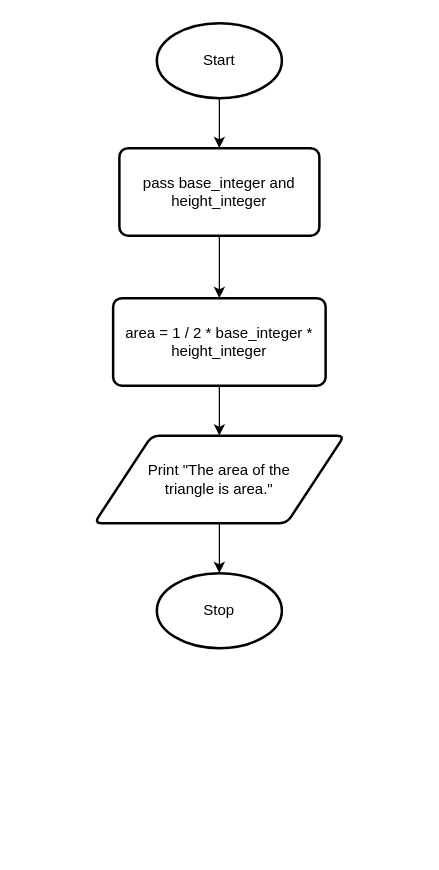
Before: design.flowchart.drawio in Yiyun-Qin/ICS3U-Assignment6-Python, a draw.io diagram. Source tidied: cells renumbered, new cells numbered last; positions are measured from the earlier drawing's top-left corner, leaving out a move shared by most shapes. Both pictures are drawn from the tidied source at 125%, with x=0, y=0 at pixel (94, 22).
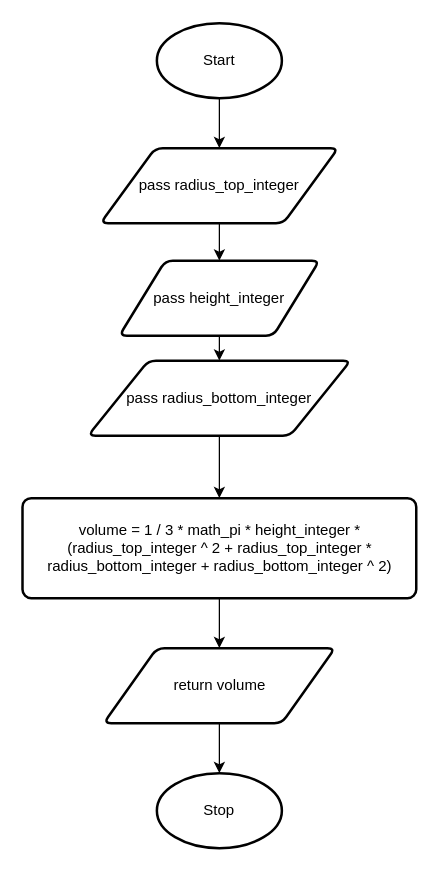
After the change.

The edit, as a diff of the source:
```diff
@@
 <mxGraphModel>
   <root>
     <mxCell id="0" />
     <mxCell id="1" parent="0" />
-    <mxCell id="2" style="edgeStyle=none;html=1;exitX=0.5;exitY=1;exitDx=0;exitDy=0;exitPerimeter=0;entryX=0.5;entryY=0;entryDx=0;entryDy=0;" parent="1" edge="1" source="3" target="6">
-      <mxGeometry relative="1" as="geometry" />
-    </mxCell>
+    <mxCell id="11" style="edgeStyle=none;html=1;exitX=0.5;exitY=1;exitDx=0;exitDy=0;exitPerimeter=0;entryX=0.5;entryY=0;entryDx=0;entryDy=0;" parent="1" edge="1" source="3" target="13">
+      <mxGeometry relative="1" as="geometry" />
+    </mxCell>
     <mxCell id="3" value="Start" style="strokeWidth=2;html=1;shape=mxgraph.flowchart.start_1;whiteSpace=wrap;" parent="1" vertex="1">
       <mxGeometry x="50" width="100" height="60" as="geometry" />
     </mxCell>
     <mxCell id="4" value="Stop" style="strokeWidth=2;html=1;shape=mxgraph.flowchart.start_1;whiteSpace=wrap;" parent="1" vertex="1">
-      <mxGeometry x="50" y="440" width="100" height="60" as="geometry" />
+      <mxGeometry x="50" y="600" width="100" height="60" as="geometry" />
     </mxCell>
-    <mxCell id="5" style="edgeStyle=none;html=1;exitX=0.5;exitY=1;exitDx=0;exitDy=0;entryX=0.5;entryY=0;entryDx=0;entryDy=0;" parent="1" edge="1" source="6" target="8">
-      <mxGeometry relative="1" as="geometry" />
-    </mxCell>
-    <mxCell id="6" value="pass base_integer and height_integer" style="rounded=1;whiteSpace=wrap;html=1;absoluteArcSize=1;arcSize=14;strokeWidth=2;" parent="1" vertex="1">
-      <mxGeometry x="20" y="100" width="160" height="70" as="geometry" />
-    </mxCell>
     <mxCell id="7" style="edgeStyle=none;html=1;exitX=0.5;exitY=1;exitDx=0;exitDy=0;entryX=0.5;entryY=0;entryDx=0;entryDy=0;" parent="1" edge="1" source="8" target="10">
       <mxGeometry relative="1" as="geometry" />
     </mxCell>
-    <mxCell id="8" value="area = 1 / 2 * base_integer * height_integer" style="rounded=1;whiteSpace=wrap;html=1;absoluteArcSize=1;arcSize=14;strokeWidth=2;" parent="1" vertex="1">
-      <mxGeometry x="15" y="220" width="170" height="70" as="geometry" />
+    <mxCell id="8" value="volume = 1 / 3 * math_pi * height_integer * (radius_top_integer ^ 2 + radius_top_integer * radius_bottom_integer + radius_bottom_integer ^ 2)" style="rounded=1;whiteSpace=wrap;html=1;absoluteArcSize=1;arcSize=14;strokeWidth=2;" parent="1" vertex="1">
+      <mxGeometry x="-57.5" y="380" width="315" height="80" as="geometry" />
     </mxCell>
     <mxCell id="9" style="edgeStyle=none;html=1;exitX=0.5;exitY=1;exitDx=0;exitDy=0;entryX=0.5;entryY=0;entryDx=0;entryDy=0;entryPerimeter=0;" parent="1" edge="1" source="10" target="4">
       <mxGeometry relative="1" as="geometry" />
     </mxCell>
-    <mxCell id="10" value="Print &quot;The area of the &lt;br&gt;triangle is area.&quot;" style="shape=parallelogram;html=1;strokeWidth=2;perimeter=parallelogramPerimeter;whiteSpace=wrap;rounded=1;arcSize=12;size=0.23;" parent="1" vertex="1">
-      <mxGeometry y="330" width="200" height="70" as="geometry" />
+    <mxCell id="10" value="return volume" style="shape=parallelogram;html=1;strokeWidth=2;perimeter=parallelogramPerimeter;whiteSpace=wrap;rounded=1;arcSize=12;size=0.23;" parent="1" vertex="1">
+      <mxGeometry x="7.5" y="500" width="185" height="60" as="geometry" />
     </mxCell>
+    <mxCell id="12" style="edgeStyle=none;html=1;exitX=0.5;exitY=1;exitDx=0;exitDy=0;entryX=0.5;entryY=0;entryDx=0;entryDy=0;" parent="1" edge="1" source="13" target="15">
+      <mxGeometry relative="1" as="geometry" />
+    </mxCell>
+    <mxCell id="13" value="pass radius_top_integer" style="shape=parallelogram;html=1;strokeWidth=2;perimeter=parallelogramPerimeter;whiteSpace=wrap;rounded=1;arcSize=12;size=0.23;" parent="1" vertex="1">
+      <mxGeometry x="5" y="100" width="190" height="60" as="geometry" />
+    </mxCell>
+    <mxCell id="14" style="edgeStyle=none;html=1;exitX=0.5;exitY=1;exitDx=0;exitDy=0;entryX=0.5;entryY=0;entryDx=0;entryDy=0;" parent="1" edge="1" source="15" target="17">
+      <mxGeometry relative="1" as="geometry" />
+    </mxCell>
+    <mxCell id="15" value="pass height_integer" style="shape=parallelogram;html=1;strokeWidth=2;perimeter=parallelogramPerimeter;whiteSpace=wrap;rounded=1;arcSize=12;size=0.23;" parent="1" vertex="1">
+      <mxGeometry x="20" y="190" width="160" height="60" as="geometry" />
+    </mxCell>
+    <mxCell id="16" style="edgeStyle=none;html=1;exitX=0.5;exitY=1;exitDx=0;exitDy=0;entryX=0.5;entryY=0;entryDx=0;entryDy=0;" parent="1" edge="1" source="17" target="8">
+      <mxGeometry relative="1" as="geometry" />
+    </mxCell>
+    <mxCell id="17" value="pass radius_bottom_integer" style="shape=parallelogram;html=1;strokeWidth=2;perimeter=parallelogramPerimeter;whiteSpace=wrap;rounded=1;arcSize=12;size=0.23;" parent="1" vertex="1">
+      <mxGeometry x="-5" y="270" width="210" height="60" as="geometry" />
+    </mxCell>
   </root>
 </mxGraphModel>
```
